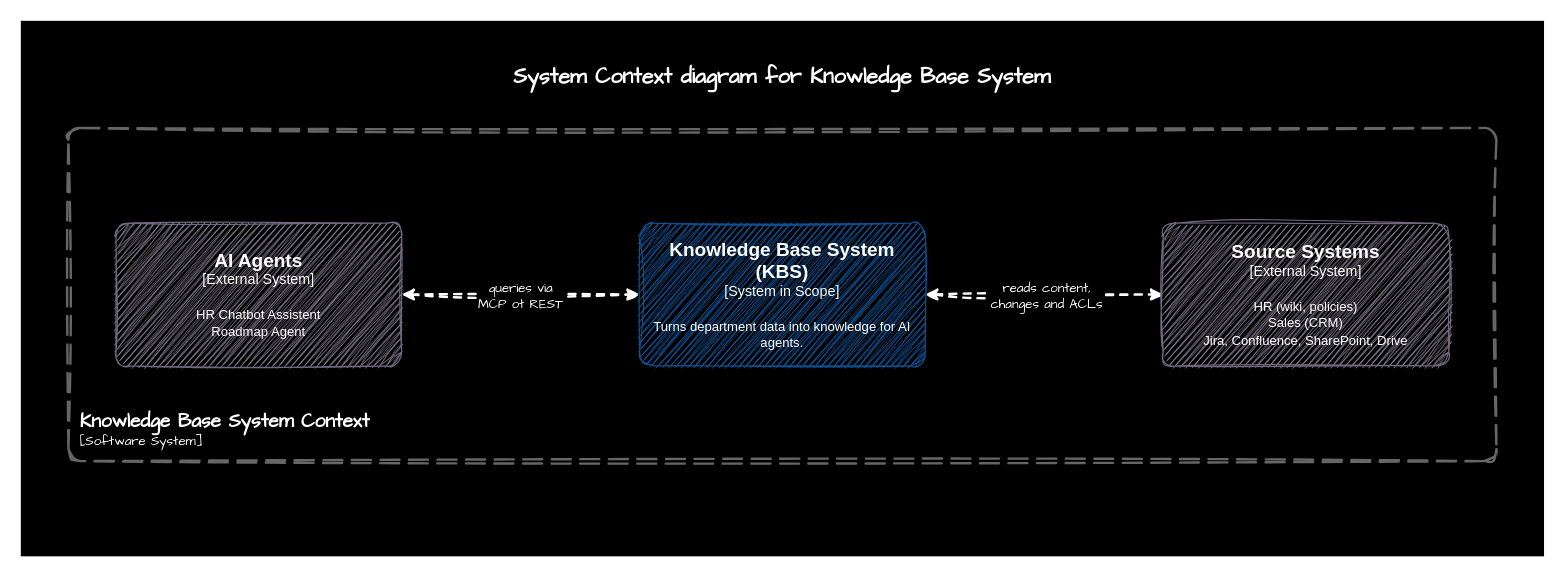
Above: _docs/00--project-brief/00-c4-l1--system-context.drawio in paulAlexSerban/prj--knowledge-base-system (draw.io), before the change. Source tidied: cells renumbered, new cells numbered last; positions are measured from the earlier drawing's top-left corner, leaving out a move shared by most shapes. Both pictures are drawn from the tidied source at 119%, with x=0, y=0 at pixel (20, 20).
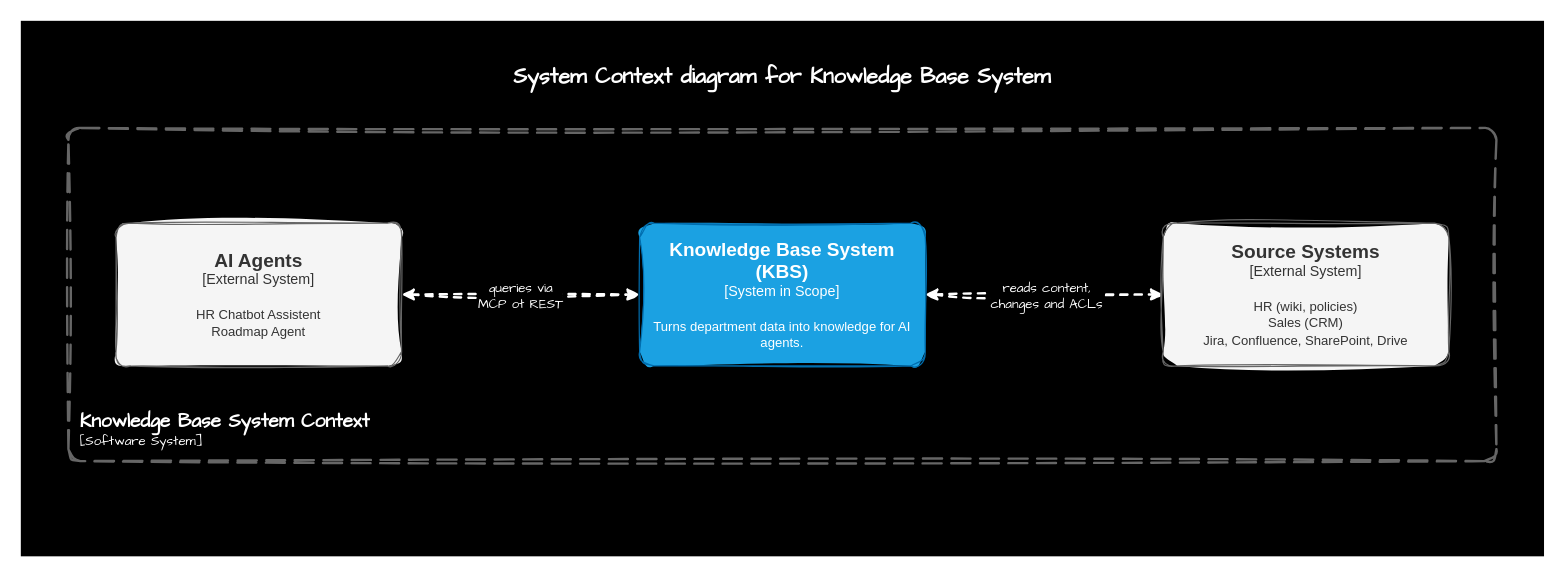
The same page after the edit.

Commit message (it also covers changes not shown here):
docs(brief): add l2 diagram

Change to the diagram source:
```diff
@@
 <mxGraphModel>
   <root>
     <mxCell id="0" />
     <mxCell id="1" parent="0" />
     <mxCell id="2" style="rounded=0;whiteSpace=wrap;html=1;strokeColor=none;fillColor=#000000;fontColor=#333333;" parent="1" vertex="1">
       <mxGeometry width="1280" height="450" as="geometry" />
     </mxCell>
     <mxCell id="3" style="edgeStyle=none;html=1;dashed=1;startArrow=classic;startFill=1;strokeWidth=2;strokeColor=#FFFFFF;sketch=1;curveFitting=1;jiggle=2;" parent="1" edge="1" source="5" target="8">
       <mxGeometry relative="1" as="geometry" />
     </mxCell>
     <mxCell id="4" value="queries via&lt;br&gt;MCP ot REST" style="edgeLabel;html=1;align=center;verticalAlign=middle;labelBackgroundColor=#000000;fontColor=#FFFFFF;fontFamily=Comic Sans MS;" parent="3" vertex="1">
       <mxGeometry x="-0.01" relative="1" as="geometry" />
     </mxCell>
     <object id="5" label="&lt;font style=&quot;font-size: 16px&quot;&gt;&lt;b&gt;%c4Name%&lt;/b&gt;&lt;/font&gt;&lt;div&gt;[%c4Type%]&lt;/div&gt;&lt;br&gt;&lt;div&gt;&lt;font style=&quot;font-size: 11px&quot;&gt;&lt;font&gt;%c4Description%&lt;/font&gt;&lt;/font&gt;&lt;/div&gt;" c4Description="HR Chatbot Assistent&#10;Roadmap Agent" c4Name="AI Agents" c4Type="External System" placeholders="1">
-      <mxCell style="rounded=1;whiteSpace=wrap;html=1;labelBackgroundColor=none;fillColor=#8C8496;fontColor=#FFFFFF;align=center;arcSize=10;strokeColor=#736782;points=[[0.25,0,0],[0.5,0,0],[0.75,0,0],[1,0.25,0],[1,0.5,0],[1,0.75,0],[0.75,1,0],[0.5,1,0],[0.25,1,0],[0,0.75,0],[0,0.5,0],[0,0.25,0]];sketch=1;curveFitting=1;jiggle=2;strokeWidth=1;fillStyle=zigzag;" parent="1" vertex="1">
+      <mxCell style="rounded=1;whiteSpace=wrap;html=1;labelBackgroundColor=none;fillColor=#f5f5f5;align=center;arcSize=10;strokeColor=#666666;points=[[0.25,0,0],[0.5,0,0],[0.75,0,0],[1,0.25,0],[1,0.5,0],[1,0.75,0],[0.75,1,0],[0.5,1,0],[0.25,1,0],[0,0.75,0],[0,0.5,0],[0,0.25,0]];sketch=1;curveFitting=1;jiggle=2;strokeWidth=1;fillStyle=solid;fontColor=#333333;" parent="1" vertex="1">
         <mxGeometry x="80" y="170" width="240" height="120" as="geometry" />
       </mxCell>
     </object>
     <mxCell id="6" style="edgeStyle=none;html=1;dashed=1;startArrow=classic;startFill=1;strokeWidth=2;strokeColor=#FFFFFF;sketch=1;curveFitting=1;jiggle=2;" parent="1" edge="1" source="8" target="9">
       <mxGeometry relative="1" as="geometry" />
     </mxCell>
     <mxCell id="7" value="reads content, &lt;br&gt;changes and ACLs" style="edgeLabel;html=1;align=center;verticalAlign=middle;labelBackgroundColor=#000000;fontColor=#FFFFFF;fontFamily=Comic Sans MS;" parent="6" vertex="1">
       <mxGeometry x="0.01" relative="1" as="geometry" />
     </mxCell>
     <object id="8" label="&lt;font style=&quot;font-size: 16px&quot;&gt;&lt;b&gt;%c4Name%&lt;/b&gt;&lt;/font&gt;&lt;div&gt;[%c4Type%]&lt;/div&gt;&lt;br&gt;&lt;div&gt;&lt;font style=&quot;font-size: 11px&quot;&gt;&lt;font&gt;%c4Description%&lt;/font&gt;&lt;/font&gt;&lt;/div&gt;" c4Description="Turns department data into knowledge for AI agents." c4Name="Knowledge Base System (KBS)" c4Type="System in Scope" placeholders="1">
-      <mxCell style="rounded=1;whiteSpace=wrap;html=1;labelBackgroundColor=none;fillColor=#1061B0;fontColor=#FFFFFF;align=center;arcSize=10;strokeColor=#0D5091;points=[[0.25,0,0],[0.5,0,0],[0.75,0,0],[1,0.25,0],[1,0.5,0],[1,0.75,0],[0.75,1,0],[0.5,1,0],[0.25,1,0],[0,0.75,0],[0,0.5,0],[0,0.25,0]];sketch=1;curveFitting=1;jiggle=2;strokeWidth=1;fillStyle=zigzag;" parent="1" vertex="1">
+      <mxCell style="rounded=1;whiteSpace=wrap;html=1;labelBackgroundColor=none;fillColor=#1ba1e2;align=center;arcSize=10;strokeColor=#006EAF;points=[[0.25,0,0],[0.5,0,0],[0.75,0,0],[1,0.25,0],[1,0.5,0],[1,0.75,0],[0.75,1,0],[0.5,1,0],[0.25,1,0],[0,0.75,0],[0,0.5,0],[0,0.25,0]];sketch=1;curveFitting=1;jiggle=2;strokeWidth=1;fillStyle=solid;fontColor=#ffffff;" parent="1" vertex="1">
         <mxGeometry x="520" y="170" width="240" height="120" as="geometry" />
       </mxCell>
     </object>
     <object id="9" label="&lt;font style=&quot;font-size: 16px&quot;&gt;&lt;b&gt;%c4Name%&lt;/b&gt;&lt;/font&gt;&lt;div&gt;[%c4Type%]&lt;/div&gt;&lt;br&gt;&lt;div&gt;&lt;font style=&quot;font-size: 11px&quot;&gt;&lt;font&gt;%c4Description%&lt;/font&gt;&lt;/font&gt;&lt;/div&gt;" c4Description="HR (wiki, policies)&#10;Sales (CRM)&#10;Jira, Confluence, SharePoint, Drive" c4Name="Source Systems" c4Type="External System" placeholders="1">
-      <mxCell style="rounded=1;whiteSpace=wrap;html=1;labelBackgroundColor=none;fillColor=#8C8496;fontColor=#FFFFFF;align=center;arcSize=10;strokeColor=#736782;points=[[0.25,0,0],[0.5,0,0],[0.75,0,0],[1,0.25,0],[1,0.5,0],[1,0.75,0],[0.75,1,0],[0.5,1,0],[0.25,1,0],[0,0.75,0],[0,0.5,0],[0,0.25,0]];sketch=1;curveFitting=1;jiggle=2;strokeWidth=1;fillStyle=zigzag;" parent="1" vertex="1">
+      <mxCell style="rounded=1;whiteSpace=wrap;html=1;labelBackgroundColor=none;fillColor=#f5f5f5;align=center;arcSize=10;strokeColor=#666666;points=[[0.25,0,0],[0.5,0,0],[0.75,0,0],[1,0.25,0],[1,0.5,0],[1,0.75,0],[0.75,1,0],[0.5,1,0],[0.25,1,0],[0,0.75,0],[0,0.5,0],[0,0.25,0]];sketch=1;curveFitting=1;jiggle=2;strokeWidth=1;fillStyle=solid;fontColor=#333333;" parent="1" vertex="1">
         <mxGeometry x="960" y="170" width="240" height="120" as="geometry" />
       </mxCell>
     </object>
     <object id="10" label="&lt;font style=&quot;font-size: 16px&quot;&gt;&lt;b&gt;&lt;div style=&quot;text-align: left&quot;&gt;%c4Name%&lt;/div&gt;&lt;/b&gt;&lt;/font&gt;&lt;div style=&quot;text-align: left&quot;&gt;[%c4Application%]&lt;/div&gt;" c4Application="Software System" c4Name="Knowledge Base System Context" placeholders="1">
       <mxCell style="rounded=1;fontSize=11;whiteSpace=wrap;html=1;dashed=1;arcSize=20;fillColor=none;strokeColor=#666666;fontColor=#FFFFFF;labelBackgroundColor=none;align=left;verticalAlign=bottom;labelBorderColor=none;spacingTop=0;spacing=10;dashPattern=8 4;perimeter=rectanglePerimeter;labelPadding=0;absoluteArcSize=1;sketch=1;curveFitting=1;jiggle=2;strokeWidth=2;fontFamily=Comic Sans MS;" parent="1" vertex="1">
         <mxGeometry x="40" y="90" width="1200" height="280" as="geometry" />
       </mxCell>
     </object>
     <mxCell id="11" value="System Context diagram for Knowledge Base System" style="text;align=center;verticalAlign=middle;fontStyle=1;fontSize=18;fontFamily=Comic Sans MS;fontColor=#FFFFFF;" parent="1" vertex="1">
       <mxGeometry x="395" y="25" width="490" height="40" as="geometry" />
     </mxCell>
   </root>
 </mxGraphModel>
```
